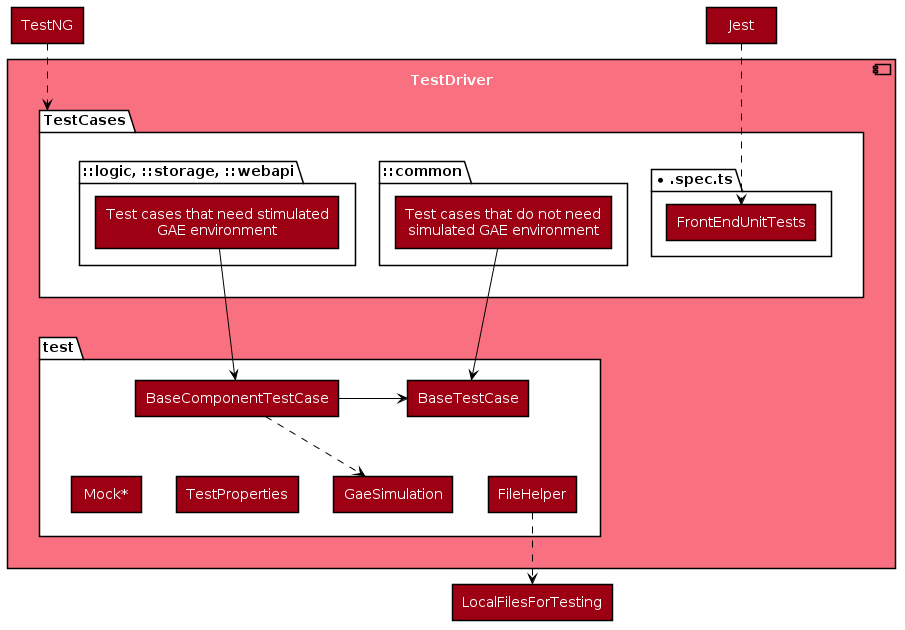
meet0806/teammates keeps this PlantUML diagram as diagrams/TestDriverComponent.png. Above is the earlier version. Its source is kept beside it as diagrams/TestDriverComponent.puml. Its diagram source:
```plantuml
@startuml
!include diagrams/style.puml
skinparam componentBackgroundColor MODEL_COLOR_T1
skinparam componentFontColor #FFFFFF
skinparam packageBackgroundColor #FFFFFF
skinparam rectangleBackgroundColor MODEL_COLOR
skinparam rectangleFontColor #FFFFFF
skinparam arrowColor #000000

component TestDriver {
    package TestCases {
        folder "*.spec.ts" as SpecTs {
            rectangle FrontEndUnitTests
        }

        folder "::common" as Common {
            rectangle "Test cases that do not need \n simulated GAE environment" as TC1
        }

       folder "::logic, ::storage, ::webapi" as LogicStorageWebAPI {
            rectangle "Test cases that need stimulated \n GAE environment" as TC2
       }
    }

    package test {
        rectangle BaseTestCase
        rectangle BaseComponentTestCase
        rectangle "Mock*" as Mock
        rectangle TestProperties
        rectangle GaeSimulation
        rectangle FileHelper
    }
}

rectangle TestNG
rectangle Jest
rectangle LocalFilesForTesting

TestNG ..> TestCases
Jest ..> FrontEndUnitTests
TC1 -> BaseTestCase
TC2 -> BaseComponentTestCase
BaseComponentTestCase -> BaseTestCase
BaseComponentTestCase ..> GaeSimulation
FileHelper ..> LocalFilesForTesting

TestCases -[hidden]down- test
BaseComponentTestCase -[hidden]down- Mock
BaseComponentTestCase -[hidden]down- TestProperties
BaseTestCase -[hidden]down- GaeSimulation
BaseTestCase -[hidden]down- FileHelper


@enduml
```
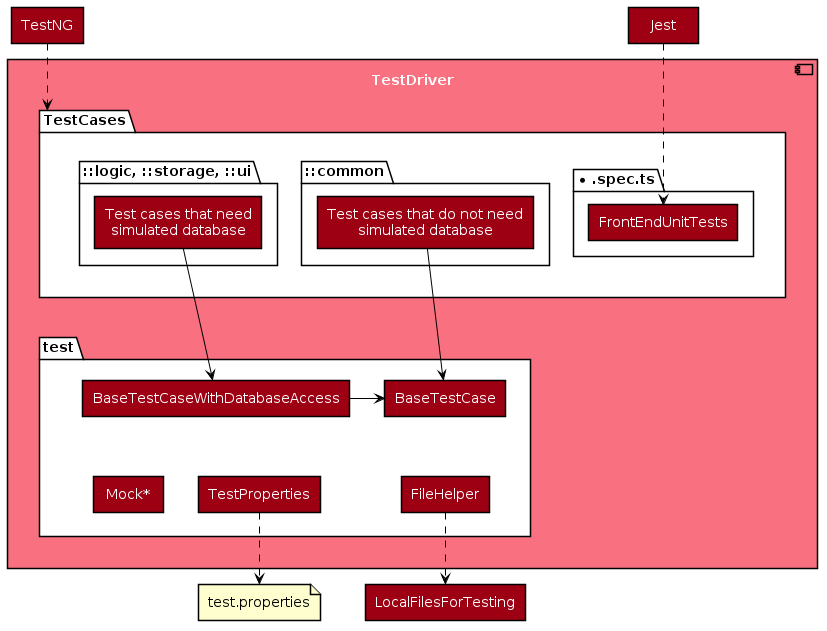
The same file after the commit.

Diff of the diagram source:
```diff
@@ -14,24 +14,24 @@
         }
 
         folder "::common" as Common {
-            rectangle "Test cases that do not need \n simulated GAE environment" as TC1
+            rectangle "Test cases that do not need \n simulated database" as TC1
         }
 
-       folder "::logic, ::storage, ::webapi" as LogicStorageWebAPI {
-            rectangle "Test cases that need stimulated \n GAE environment" as TC2
+       folder "::logic, ::storage, ::ui" as LogicStorageWebAPI {
+            rectangle "Test cases that need \n simulated database" as TC2
        }
     }
 
     package test {
         rectangle BaseTestCase
-        rectangle BaseComponentTestCase
+        rectangle BaseTestCaseWithDatabaseAccess
         rectangle "Mock*" as Mock
         rectangle TestProperties
-        rectangle GaeSimulation
         rectangle FileHelper
     }
 }
 
+file test.properties
 rectangle TestNG
 rectangle Jest
 rectangle LocalFilesForTesting
@@ -39,15 +39,14 @@
 TestNG ..> TestCases
 Jest ..> FrontEndUnitTests
 TC1 -> BaseTestCase
-TC2 -> BaseComponentTestCase
-BaseComponentTestCase -> BaseTestCase
-BaseComponentTestCase ..> GaeSimulation
+TC2 -> BaseTestCaseWithDatabaseAccess
+BaseTestCaseWithDatabaseAccess -> BaseTestCase
 FileHelper ..> LocalFilesForTesting
+TestProperties ..> test.properties
 
 TestCases -[hidden]down- test
-BaseComponentTestCase -[hidden]down- Mock
-BaseComponentTestCase -[hidden]down- TestProperties
-BaseTestCase -[hidden]down- GaeSimulation
+BaseTestCaseWithDatabaseAccess -[hidden]down- Mock
+BaseTestCaseWithDatabaseAccess -[hidden]down- TestProperties
 BaseTestCase -[hidden]down- FileHelper
 
 
```
